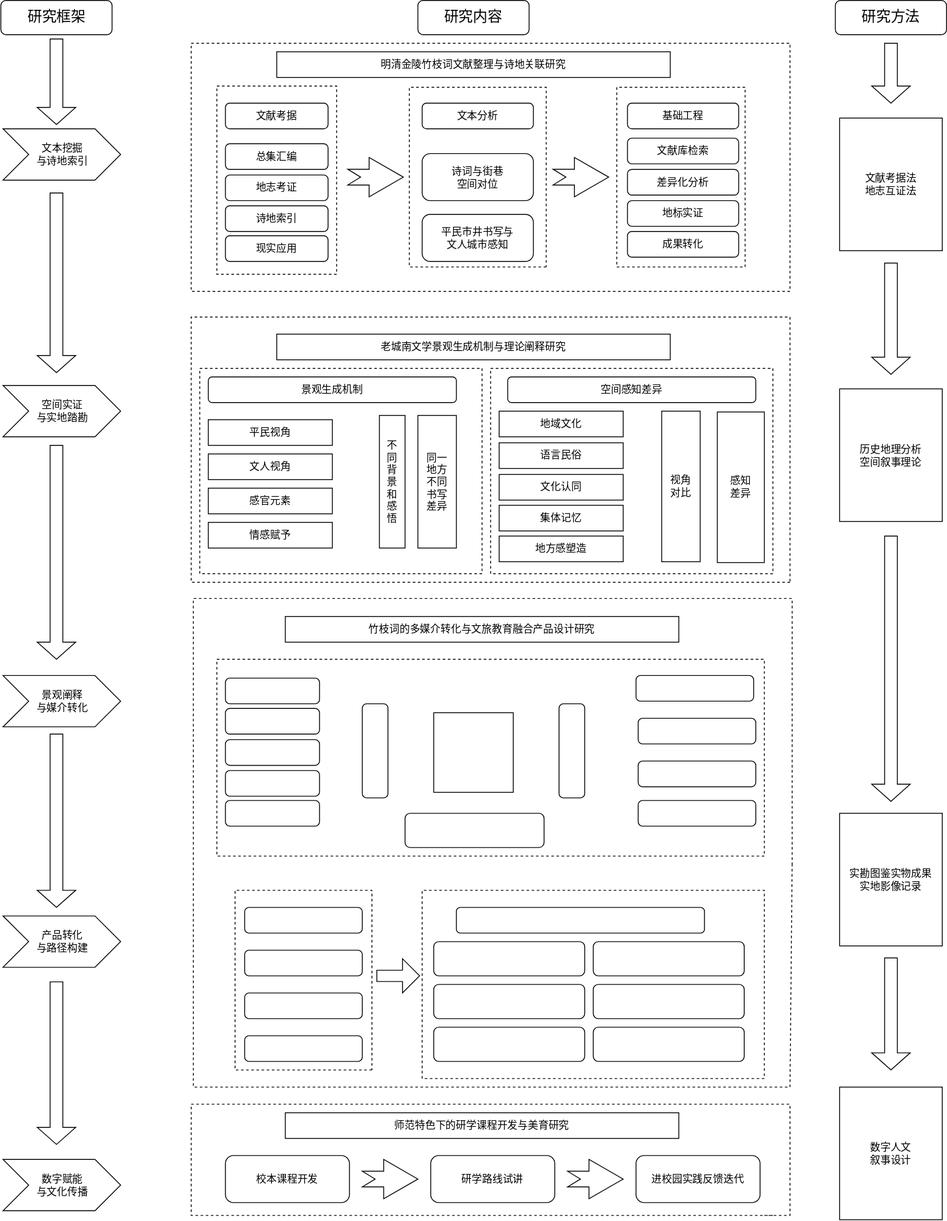
shuxilin06/ToMyLife2.0 keeps this draw.io diagram as 1.drawio.svg. Above is the earlier version. Source tidied: cells renumbered, new cells last; positions are measured from the earlier drawing's top-left corner, leaving out a move shared by most shapes.
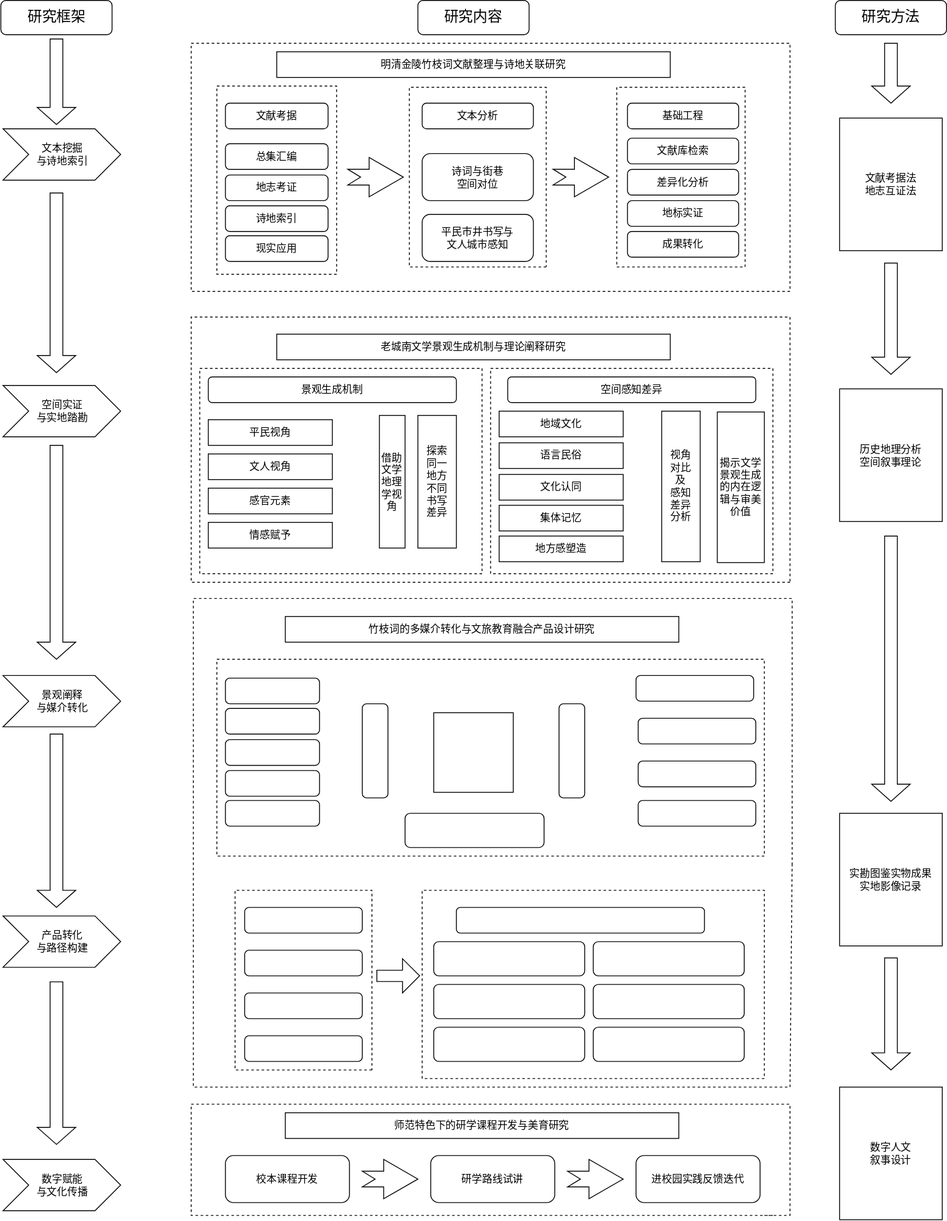
After the commit.

What changed in the source:
```diff
@@ -77,10 +77,10 @@
     <mxCell id="25" value="情感赋予" style="rounded=0;whiteSpace=wrap;html=1;" parent="1" vertex="1">
       <mxGeometry x="242" y="610" width="145" height="30" as="geometry" />
     </mxCell>
-    <mxCell id="26" value="不&lt;div&gt;同&lt;/div&gt;&lt;div&gt;背&lt;/div&gt;&lt;div&gt;景&lt;/div&gt;&lt;div&gt;和&lt;/div&gt;&lt;div&gt;感&lt;/div&gt;&lt;div&gt;悟&lt;/div&gt;" style="rounded=0;whiteSpace=wrap;html=1;direction=south;" parent="1" vertex="1">
+    <mxCell id="26" value="借助文学地理学视角" style="rounded=0;whiteSpace=wrap;html=1;direction=south;" parent="1" vertex="1">
       <mxGeometry x="442" y="485" width="30" height="155" as="geometry" />
     </mxCell>
-    <mxCell id="27" value="同一&lt;div&gt;地方&lt;/div&gt;&lt;div&gt;不同&lt;/div&gt;&lt;div&gt;书写&lt;/div&gt;&lt;div&gt;差异&lt;/div&gt;" style="rounded=0;whiteSpace=wrap;html=1;direction=south;" parent="1" vertex="1">
+    <mxCell id="27" value="探索&lt;div&gt;同一&lt;/div&gt;&lt;div&gt;&lt;span style=&quot;background-color: transparent; color: light-dark(#000000, var(--ge-light-color, #ffffff));&quot;&gt;地方&lt;/span&gt;&lt;/div&gt;&lt;div&gt;&lt;span style=&quot;background-color: transparent; color: light-dark(#000000, var(--ge-light-color, #ffffff));&quot;&gt;不同&lt;/span&gt;&lt;/div&gt;&lt;div&gt;&lt;span style=&quot;background-color: transparent; color: light-dark(#000000, var(--ge-light-color, #ffffff));&quot;&gt;书写&lt;/span&gt;&lt;/div&gt;&lt;div&gt;&lt;span style=&quot;background-color: transparent; color: light-dark(#000000, var(--ge-light-color, #ffffff));&quot;&gt;差异&lt;/span&gt;&lt;/div&gt;" style="rounded=0;whiteSpace=wrap;html=1;direction=south;" parent="1" vertex="1">
       <mxGeometry x="487" y="485" width="45" height="155" as="geometry" />
     </mxCell>
     <mxCell id="28" value="地域文化" style="rounded=0;whiteSpace=wrap;html=1;" parent="1" vertex="1">
@@ -98,10 +98,10 @@
     <mxCell id="32" value="地方感塑造" style="rounded=0;whiteSpace=wrap;html=1;" parent="1" vertex="1">
       <mxGeometry x="582" y="626" width="145" height="30" as="geometry" />
     </mxCell>
-    <mxCell id="33" value="视角&lt;div&gt;对比&lt;/div&gt;" style="rounded=0;whiteSpace=wrap;html=1;direction=south;" parent="1" vertex="1">
+    <mxCell id="33" value="视角&lt;div&gt;对比&lt;/div&gt;&lt;div&gt;及&lt;/div&gt;&lt;div&gt;&lt;span style=&quot;background-color: transparent; color: light-dark(#000000, var(--ge-light-color, #ffffff));&quot;&gt;感知&lt;/span&gt;&lt;/div&gt;&lt;div&gt;差异&lt;/div&gt;&lt;div&gt;分析&lt;/div&gt;" style="rounded=0;whiteSpace=wrap;html=1;direction=south;" parent="1" vertex="1">
       <mxGeometry x="772" y="480" width="45" height="176" as="geometry" />
     </mxCell>
-    <mxCell id="34" value="感知&lt;div&gt;差异&lt;/div&gt;" style="rounded=0;whiteSpace=wrap;html=1;direction=south;" parent="1" vertex="1">
+    <mxCell id="34" value="揭示文学景观生成的内在逻辑与审美价值" style="rounded=0;whiteSpace=wrap;html=1;direction=south;" parent="1" vertex="1">
       <mxGeometry x="837" y="481" width="55" height="176" as="geometry" />
     </mxCell>
     <mxCell id="35" value="竹枝词的多媒介转化与文旅教育融合产品设计研究" style="rounded=0;whiteSpace=wrap;html=1;" parent="1" vertex="1">
```
